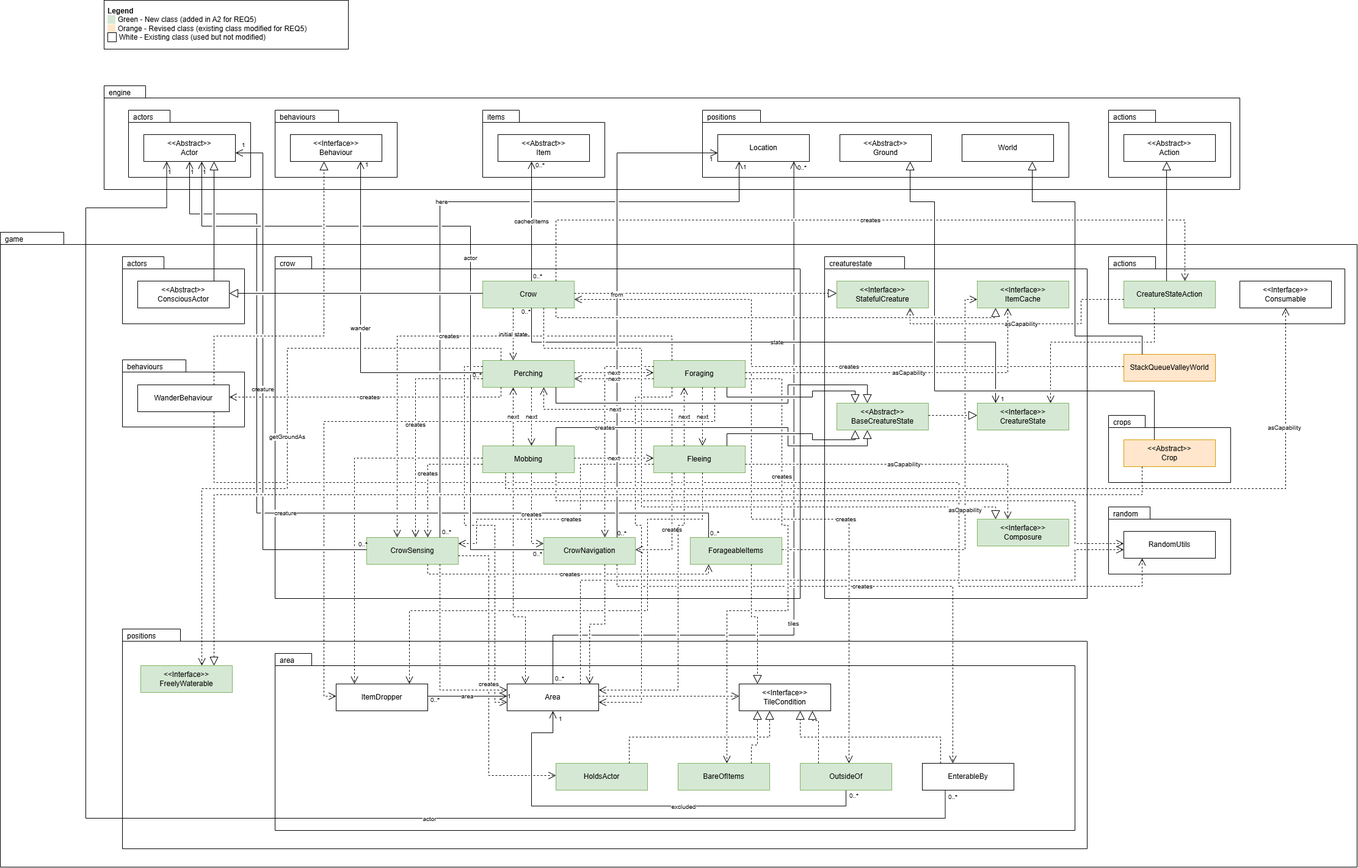
Earlier version of the draw.io export docs/UML/Req5 UML.drawio.png (liuyuanshu1228-maker/OOP_stack-queue-valley). Source tidied: cells renumbered, new cells last; positions are measured from the earlier drawing's top-left corner, leaving out a move shared by most shapes.
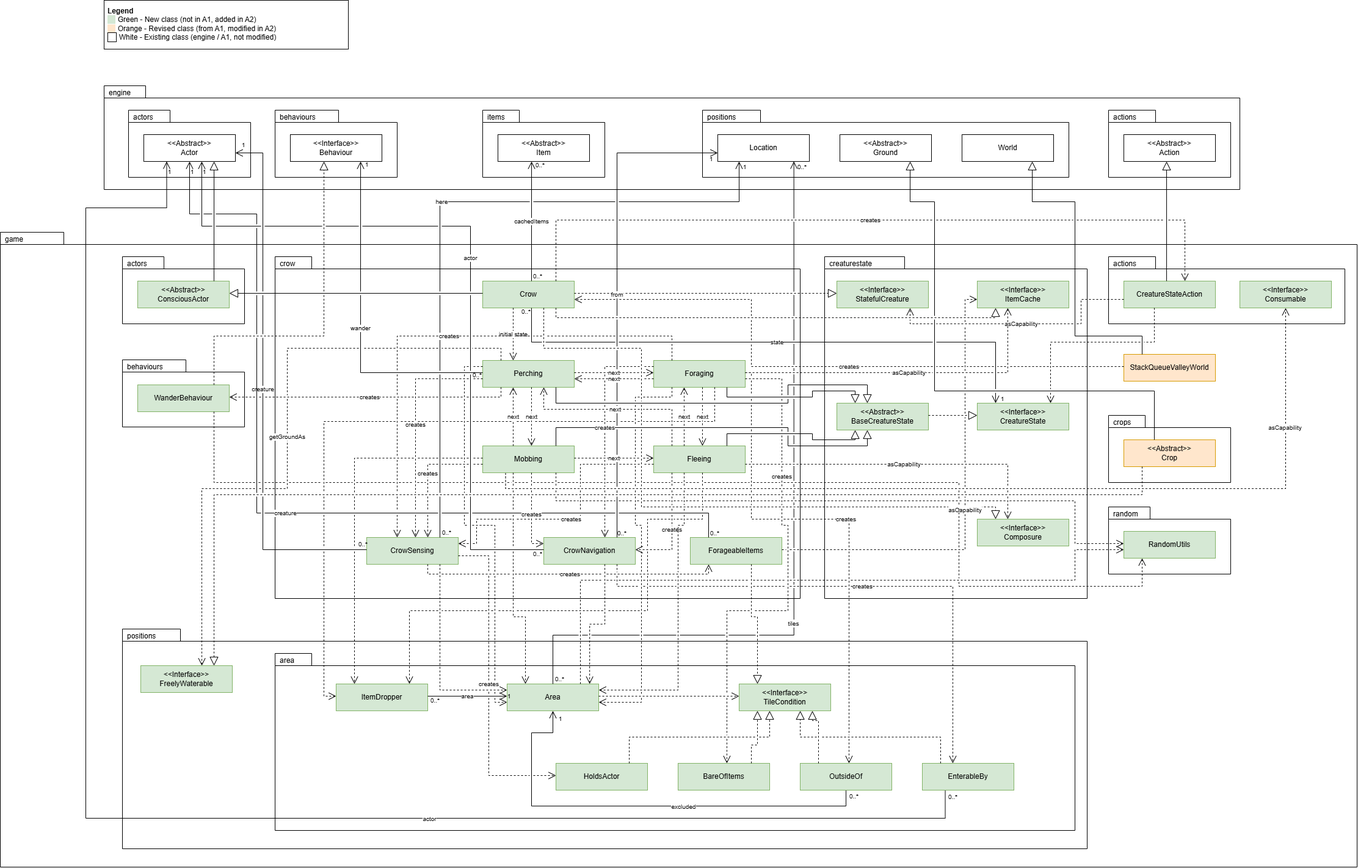
Later version of the same file.

Commit message:
Docs: make class colours consistent across the REQ3 and REQ5 diagrams

- Use the same legend in both diagrams: green = not in A1 (added in A2), orange = from A1 and modified in A2, white = engine / A1, not modified
- Colour the shared A2 classes green in both diagrams: ConsciousActor,WanderBehaviour, Area, ItemDropper, TileCondition, StatisticAdjuster,
  RandomUtils
- REQ3: colour Feedable, Unplanted, ParsnipItem, BreakableGround, Rock, Stone and Diamond green, and Crop, Tomato and Parsnip orange
- REQ5: colour EnterableBy and Consumable green

Change to the diagram source:
```diff
@@ -2,7 +2,7 @@
   <root>
     <mxCell id="0" />
     <mxCell id="1" parent="0" />
-    <mxCell id="2" value="&lt;b&gt;Legend&lt;/b&gt;&lt;br&gt;&lt;span style=&quot;background:#d5e8d4&quot;&gt;&amp;nbsp;&amp;nbsp;&amp;nbsp;&amp;nbsp;&lt;/span&gt; Green - New class (added in A2 for REQ5)&lt;br&gt;&lt;span style=&quot;background:#ffe6cc&quot;&gt;&amp;nbsp;&amp;nbsp;&amp;nbsp;&amp;nbsp;&lt;/span&gt; Orange - Revised class (existing class modified for REQ5)&lt;br&gt;&lt;span style=&quot;border:1px solid #000&quot;&gt;&amp;nbsp;&amp;nbsp;&amp;nbsp;&amp;nbsp;&lt;/span&gt; White - Existing class (used but not modified)" style="text;html=1;align=left;verticalAlign=top;whiteSpace=wrap;fontSize=12;strokeColor=#000000;spacing=6;" parent="1" vertex="1">
+    <mxCell id="2" value="&lt;b&gt;Legend&lt;/b&gt;&lt;br&gt;&lt;span style=&quot;background:#d5e8d4&quot;&gt;&amp;nbsp;&amp;nbsp;&amp;nbsp;&amp;nbsp;&lt;/span&gt; Green - New class (not in A1, added in A2)&lt;br&gt;&lt;span style=&quot;background:#ffe6cc&quot;&gt;&amp;nbsp;&amp;nbsp;&amp;nbsp;&amp;nbsp;&lt;/span&gt; Orange - Revised class (from A1, modified in A2)&lt;br&gt;&lt;span style=&quot;border:1px solid #000&quot;&gt;&amp;nbsp;&amp;nbsp;&amp;nbsp;&amp;nbsp;&lt;/span&gt; White - Existing class (engine / A1, not modified)" style="text;html=1;align=left;verticalAlign=top;whiteSpace=wrap;fontSize=12;strokeColor=#000000;spacing=6;" parent="1" vertex="1">
       <mxGeometry x="170" width="400" height="80" as="geometry" />
     </mxCell>
     <mxCell id="3" value="engine" style="shape=folder;tabWidth=68;tabHeight=20;tabPosition=left;html=1;whiteSpace=wrap;verticalAlign=top;align=left;spacingLeft=6;spacingTop=-2;fillColor=none;strokeColor=#000000;fontSize=12;" parent="1" vertex="1">
@@ -50,13 +50,13 @@
     <mxCell id="17" value="actors" style="shape=folder;tabWidth=68;tabHeight=20;tabPosition=left;html=1;whiteSpace=wrap;verticalAlign=top;align=left;spacingLeft=6;spacingTop=-2;fillColor=none;strokeColor=#000000;fontSize=12;" parent="1" vertex="1">
       <mxGeometry x="200" y="420" width="200" height="110" as="geometry" />
     </mxCell>
-    <mxCell id="18" value="&amp;lt;&amp;lt;Abstract&amp;gt;&amp;gt;&lt;br&gt;ConsciousActor" style="rounded=0;whiteSpace=wrap;html=1;fontSize=12;fillColor=#ffffff;strokeColor=#000000;" parent="1" vertex="1">
+    <mxCell id="18" value="&amp;lt;&amp;lt;Abstract&amp;gt;&amp;gt;&lt;br&gt;ConsciousActor" style="rounded=0;whiteSpace=wrap;html=1;fontSize=12;fillColor=#d5e8d4;strokeColor=#82b366;" parent="1" vertex="1">
       <mxGeometry x="225" y="460" width="150" height="44" as="geometry" />
     </mxCell>
     <mxCell id="19" value="behaviours" style="shape=folder;tabWidth=104;tabHeight=20;tabPosition=left;html=1;whiteSpace=wrap;verticalAlign=top;align=left;spacingLeft=6;spacingTop=-2;fillColor=none;strokeColor=#000000;fontSize=12;" parent="1" vertex="1">
       <mxGeometry x="200" y="589" width="200" height="110" as="geometry" />
     </mxCell>
-    <mxCell id="20" value="WanderBehaviour" style="rounded=0;whiteSpace=wrap;html=1;fontSize=12;fillColor=#ffffff;strokeColor=#000000;" parent="1" vertex="1">
+    <mxCell id="20" value="WanderBehaviour" style="rounded=0;whiteSpace=wrap;html=1;fontSize=12;fillColor=#d5e8d4;strokeColor=#82b366;" parent="1" vertex="1">
       <mxGeometry x="225" y="630" width="150" height="44" as="geometry" />
     </mxCell>
     <mxCell id="21" value="crow" style="shape=folder;tabWidth=60;tabHeight=20;tabPosition=left;html=1;whiteSpace=wrap;verticalAlign=top;align=left;spacingLeft=6;spacingTop=-2;fillColor=none;strokeColor=#000000;fontSize=12;" parent="1" vertex="1">
@@ -133,7 +133,7 @@
     <mxCell id="43" value="random" style="shape=folder;tabWidth=68;tabHeight=20;tabPosition=left;html=1;whiteSpace=wrap;verticalAlign=top;align=left;spacingLeft=6;spacingTop=-2;fillColor=none;strokeColor=#000000;fontSize=12;" parent="1" vertex="1">
       <mxGeometry x="1815" y="830" width="200" height="110" as="geometry" />
     </mxCell>
-    <mxCell id="44" value="RandomUtils" style="rounded=0;whiteSpace=wrap;html=1;fontSize=12;fillColor=#ffffff;strokeColor=#000000;" parent="1" vertex="1">
+    <mxCell id="44" value="RandomUtils" style="rounded=0;whiteSpace=wrap;html=1;fontSize=12;fillColor=#d5e8d4;strokeColor=#82b366;" parent="1" vertex="1">
       <mxGeometry x="1840" y="870" width="150" height="44" as="geometry" />
     </mxCell>
     <mxCell id="45" value="positions" style="shape=folder;tabWidth=95;tabHeight=20;tabPosition=left;html=1;whiteSpace=wrap;verticalAlign=top;align=left;spacingLeft=6;spacingTop=-2;fillColor=none;strokeColor=#000000;fontSize=12;" parent="1" vertex="1">
@@ -145,13 +145,13 @@
     <mxCell id="47" value="area" style="shape=folder;tabWidth=60;tabHeight=20;tabPosition=left;html=1;whiteSpace=wrap;verticalAlign=top;align=left;spacingLeft=6;spacingTop=-2;fillColor=none;strokeColor=#000000;fontSize=12;" parent="1" vertex="1">
       <mxGeometry x="450" y="1070" width="1310" height="290" as="geometry" />
     </mxCell>
-    <mxCell id="48" value="ItemDropper" style="rounded=0;whiteSpace=wrap;html=1;fontSize=12;fillColor=#ffffff;strokeColor=#000000;" parent="1" vertex="1">
+    <mxCell id="48" value="ItemDropper" style="rounded=0;whiteSpace=wrap;html=1;fontSize=12;fillColor=#d5e8d4;strokeColor=#82b366;" parent="1" vertex="1">
       <mxGeometry x="550" y="1120" width="150" height="44" as="geometry" />
     </mxCell>
-    <mxCell id="49" value="Area" style="rounded=0;whiteSpace=wrap;html=1;fontSize=12;fillColor=#ffffff;strokeColor=#000000;" parent="1" vertex="1">
+    <mxCell id="49" value="Area" style="rounded=0;whiteSpace=wrap;html=1;fontSize=12;fillColor=#d5e8d4;strokeColor=#82b366;" parent="1" vertex="1">
       <mxGeometry x="830" y="1120" width="150" height="44" as="geometry" />
     </mxCell>
-    <mxCell id="50" value="&amp;lt;&amp;lt;Interface&amp;gt;&amp;gt;&lt;br&gt;TileCondition" style="rounded=0;whiteSpace=wrap;html=1;fontSize=12;fillColor=#ffffff;strokeColor=#000000;" parent="1" vertex="1">
+    <mxCell id="50" value="&amp;lt;&amp;lt;Interface&amp;gt;&amp;gt;&lt;br&gt;TileCondition" style="rounded=0;whiteSpace=wrap;html=1;fontSize=12;fillColor=#d5e8d4;strokeColor=#82b366;" parent="1" vertex="1">
       <mxGeometry x="1210" y="1120" width="150" height="44" as="geometry" />
     </mxCell>
     <mxCell id="51" value="HoldsActor" style="rounded=0;whiteSpace=wrap;html=1;fontSize=12;fillColor=#d5e8d4;strokeColor=#82b366;" parent="1" vertex="1">
@@ -189,7 +189,7 @@
     <mxCell id="57" value="&lt;font style=&quot;font-size: 10px;&quot;&gt;actor&lt;/font&gt;" style="edgeLabel;html=1;align=center;verticalAlign=middle;" parent="56" vertex="1">
       <mxGeometry x="-0.33" relative="1" as="geometry" />
     </mxCell>
-    <mxCell id="58" value="EnterableBy" style="rounded=0;whiteSpace=wrap;html=1;fontSize=12;fillColor=#ffffff;strokeColor=#000000;" parent="1" vertex="1">
+    <mxCell id="58" value="EnterableBy" style="rounded=0;whiteSpace=wrap;html=1;fontSize=12;fillColor=#d5e8d4;strokeColor=#82b366;" parent="1" vertex="1">
       <mxGeometry x="1510" y="1250" width="150" height="44" as="geometry" />
     </mxCell>
     <mxCell id="59" style="edgeStyle=none;rounded=0;html=1;jumpStyle=gap;jumpSize=6;fontSize=10;exitX=1.000;exitY=0.455;exitDx=0;exitDy=0;exitPerimeter=0;entryX=0.000;entryY=0.455;entryDx=0;entryDy=0;entryPerimeter=0;endArrow=block;endFill=0;endSize=12;dashed=1;" parent="1" edge="1" source="36" target="34">
@@ -785,7 +785,7 @@
     <mxCell id="156" value="&lt;font style=&quot;font-size: 10px;&quot;&gt;1&lt;/font&gt;" style="text;html=1;whiteSpace=wrap;strokeColor=none;fillColor=none;align=center;verticalAlign=middle;rounded=0;" parent="1" vertex="1">
       <mxGeometry x="909" y="1170" width="17" height="13" as="geometry" />
     </mxCell>
-    <mxCell id="157" value="&amp;lt;&amp;lt;Interface&amp;gt;&amp;gt;&lt;div&gt;Consumable&lt;/div&gt;" style="rounded=0;whiteSpace=wrap;html=1;fontSize=12;" parent="1" vertex="1">
+    <mxCell id="157" value="&amp;lt;&amp;lt;Interface&amp;gt;&amp;gt;&lt;div&gt;Consumable&lt;/div&gt;" style="rounded=0;whiteSpace=wrap;html=1;fontSize=12;fillColor=#d5e8d4;strokeColor=#82b366;" parent="1" vertex="1">
       <mxGeometry x="2030" y="460" width="150" height="44" as="geometry" />
     </mxCell>
   </root>
```
